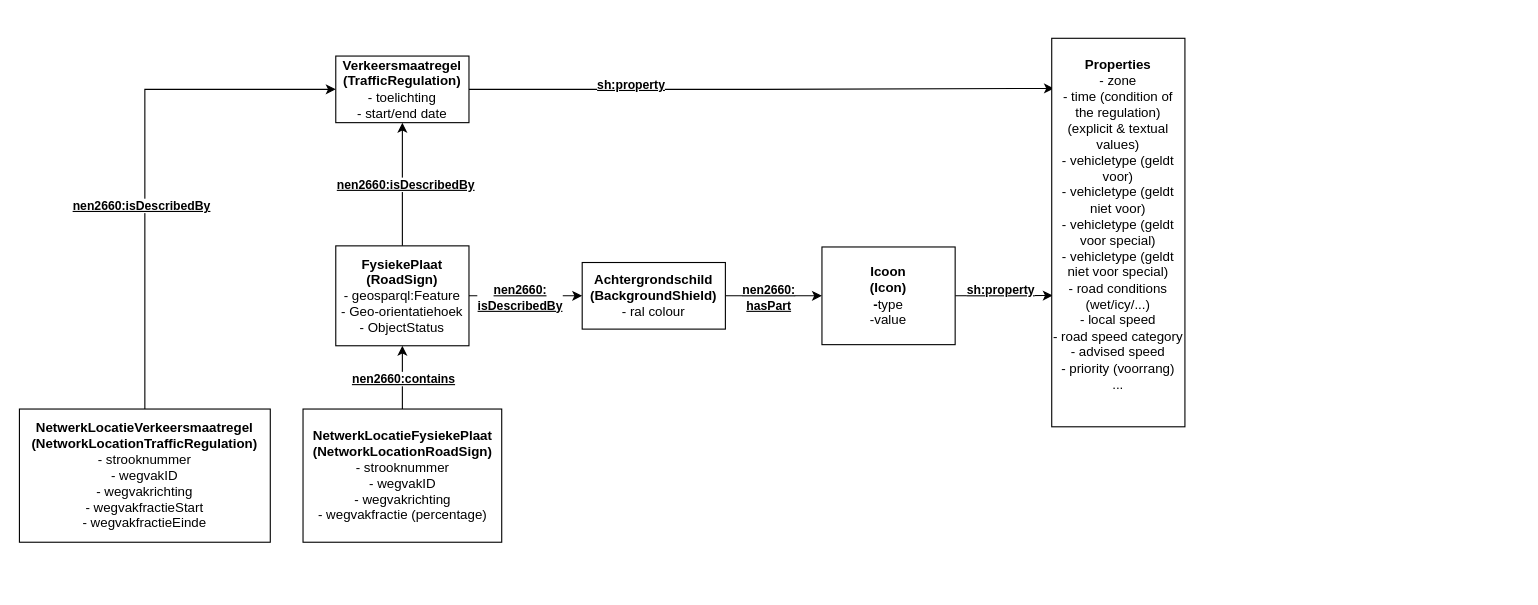
Stichting-CROW/verkeersborden keeps this draw.io diagram as docs/InformationModelVerkeersborden_schema/informatiemodel-verkeersborden.drawio. Above is the earlier version. Source tidied: cells renumbered, new cells numbered last; positions are measured from the earlier drawing's top-left corner, leaving out a move shared by most shapes. Both pictures are drawn from the tidied source at 111%, with x=0, y=0 at pixel (19, 38).
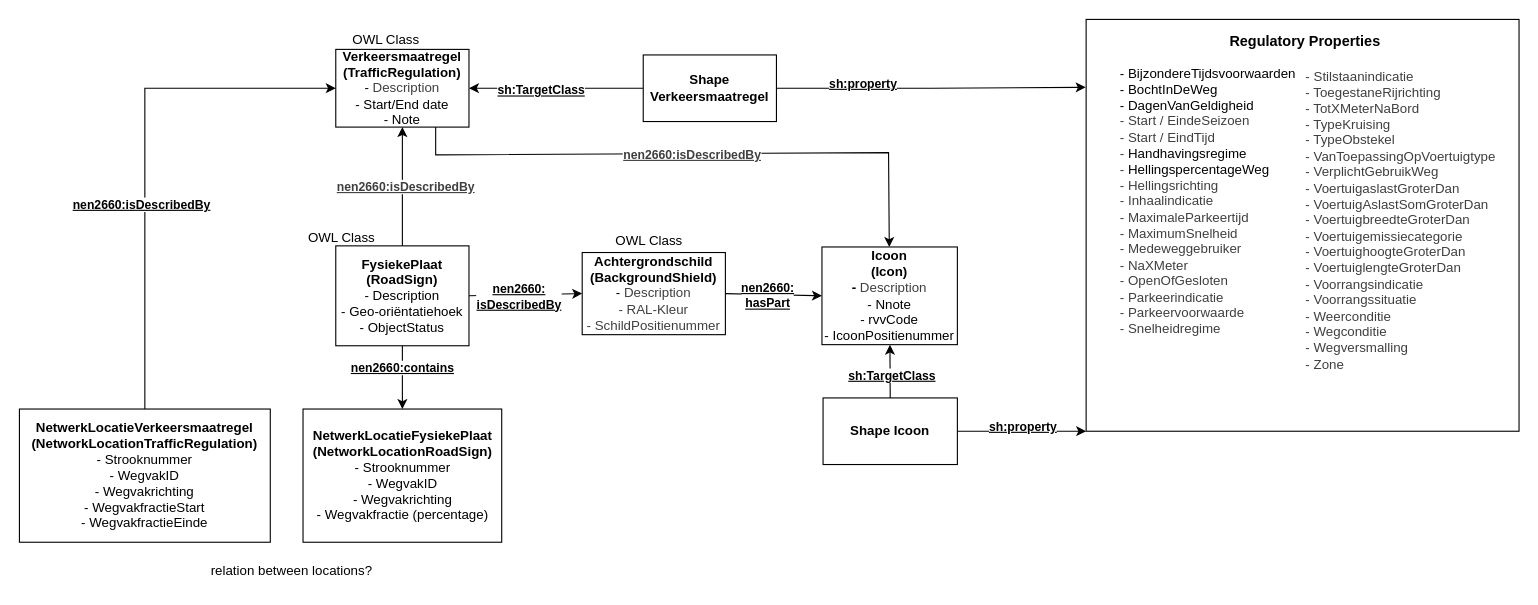
After the change.

Unchanged cells that the change refers to:
```xml
<mxCell id="4" style="rounded=0;jettySize=auto;html=1;exitX=0.5;exitY=0;exitDx=0;exitDy=0;entryX=0.5;entryY=1;entryDx=0;entryDy=0;" parent="1" edge="1" source="9" target="6">
  <mxGeometry relative="1" as="geometry" />
</mxCell>
```

Diff of the diagram source:
```diff
@@
-    <mxCell id="2" style="edgeStyle=orthogonalEdgeStyle;rounded=0;jettySize=auto;html=1;exitX=1;exitY=0.5;exitDx=0;exitDy=0;entryX=0.017;entryY=0.129;entryDx=0;entryDy=0;entryPerimeter=0;" parent="1" edge="1" source="6" target="18">
+    <mxCell id="2" style="edgeStyle=orthogonalEdgeStyle;rounded=0;jettySize=auto;html=1;entryX=-0.001;entryY=0.165;entryDx=0;entryDy=0;entryPerimeter=0;" parent="1" edge="1" source="33" target="18">
       <mxGeometry relative="1" as="geometry" />
     </mxCell>
@@
-    <mxCell id="5" value="&lt;div style=&quot;border-color: var(--border-color);&quot;&gt;&lt;b style=&quot;border-color: var(--border-color);&quot;&gt;&lt;u style=&quot;border-color: var(--border-color);&quot;&gt;nen2660:isDescribedBy&lt;/u&gt;&lt;/b&gt;&lt;/div&gt;" style="edgeLabel;html=1;align=center;verticalAlign=middle;" parent="4" vertex="1">
+    <mxCell id="5" value="&lt;div style=&quot;border-color: var(--border-color);&quot;&gt;&lt;b style=&quot;color: rgb(63, 63, 63); border-color: var(--border-color);&quot;&gt;&lt;u style=&quot;border-color: var(--border-color);&quot;&gt;nen2660:isDescribedBy&lt;/u&gt;&lt;/b&gt;&lt;/div&gt;" style="edgeLabel;html=1;align=center;verticalAlign=middle;" parent="4" vertex="1">
       <mxGeometry x="0.01" y="-2" relative="1" as="geometry" />
     </mxCell>
+    <mxCell id="23" style="edgeStyle=none;html=1;rounded=0;curved=0;exitX=0.75;exitY=1;exitDx=0;exitDy=0;" parent="1" edge="1" source="6" target="19">
+      <mxGeometry relative="1" as="geometry">
+        <Array as="points">
+          <mxPoint x="375" y="105" />
+          <mxPoint x="783" y="103" />
+        </Array>
+      </mxGeometry>
+    </mxCell>
+    <mxCell id="24" value="&lt;b style=&quot;color: rgb(63, 63, 63); border-color: var(--border-color);&quot;&gt;&lt;u style=&quot;border-color: var(--border-color);&quot;&gt;nen2660:isDescribedBy&lt;/u&gt;&lt;/b&gt;" style="edgeLabel;html=1;align=center;verticalAlign=middle;" parent="23" vertex="1">
+      <mxGeometry x="-0.52" y="-2" relative="1" as="geometry">
+        <mxPoint x="131" y="-2" as="offset" />
+      </mxGeometry>
+    </mxCell>
-    <mxCell id="6" value="&lt;div&gt;&lt;b&gt;Verkeersmaatregel&lt;/b&gt;&lt;/div&gt;&lt;div&gt;&lt;b&gt;(&lt;/b&gt;&lt;b&gt;&lt;/b&gt;&lt;b&gt;TrafficRegulation&lt;/b&gt;&lt;b&gt;)&lt;br&gt;&lt;/b&gt;&lt;/div&gt;&lt;div&gt;- toelichting&lt;br&gt;&lt;/div&gt;&lt;div&gt;- start/end date&lt;/div&gt;" style="rounded=0;whiteSpace=wrap;html=1;" parent="1" vertex="1">
-      <mxGeometry x="285" y="16" width="120" height="60" as="geometry" />
+    <mxCell id="6" value="&lt;div&gt;&lt;b&gt;Verkeersmaatregel&lt;/b&gt;&lt;/div&gt;&lt;div&gt;&lt;b&gt;(&lt;/b&gt;&lt;b&gt;&lt;/b&gt;&lt;b&gt;TrafficRegulation&lt;/b&gt;&lt;b&gt;)&lt;br&gt;&lt;/b&gt;&lt;/div&gt;&lt;div&gt;-&amp;nbsp;&lt;span style=&quot;color: rgb(63, 63, 63); background-color: transparent;&quot;&gt;Description&lt;/span&gt;&lt;br&gt;&lt;/div&gt;&lt;div&gt;- Start/End date&lt;/div&gt;&lt;div&gt;- Note&lt;/div&gt;" style="rounded=0;whiteSpace=wrap;html=1;" parent="1" vertex="1">
+      <mxGeometry x="285" y="10" width="120" height="70" as="geometry" />
     </mxCell>
@@
+    <mxCell id="25" style="edgeStyle=none;html=1;exitX=0.5;exitY=1;exitDx=0;exitDy=0;" parent="1" edge="1" source="9" target="13">
+      <mxGeometry relative="1" as="geometry" />
+    </mxCell>
+    <mxCell id="15" value="&lt;b&gt;&lt;u&gt;nen2660:contains&lt;/u&gt;&lt;/b&gt;" style="edgeLabel;html=1;align=center;verticalAlign=middle;" parent="25" vertex="1">
+      <mxGeometry x="-0.33" y="-1" relative="1" as="geometry" />
+    </mxCell>
-    <mxCell id="9" value="&lt;div&gt;&lt;b&gt;FysiekePlaat&lt;/b&gt;&lt;/div&gt;&lt;div&gt;&lt;b&gt;(&lt;/b&gt;&lt;b&gt;&lt;/b&gt;&lt;b&gt;RoadSign&lt;/b&gt;&lt;b&gt;)&lt;/b&gt;&lt;br&gt;&lt;/div&gt;&lt;div&gt;- geosparql:Feature&lt;br&gt;&lt;/div&gt;&lt;div&gt;- Geo-orientatiehoek&lt;/div&gt;&lt;div&gt;- ObjectStatus&lt;/div&gt;" style="rounded=0;whiteSpace=wrap;html=1;" parent="1" vertex="1">
+    <mxCell id="9" value="&lt;div&gt;&lt;b&gt;FysiekePlaat&lt;/b&gt;&lt;/div&gt;&lt;div&gt;&lt;b&gt;(&lt;/b&gt;&lt;b&gt;&lt;/b&gt;&lt;b&gt;RoadSign&lt;/b&gt;&lt;b&gt;)&lt;/b&gt;&lt;br&gt;&lt;/div&gt;&lt;div&gt;&lt;span style=&quot;background-color: transparent;&quot;&gt;- Description&lt;/span&gt;&lt;/div&gt;&lt;div&gt;&lt;span style=&quot;background-color: transparent;&quot;&gt;-&amp;nbsp;&lt;/span&gt;&lt;span style=&quot;background-color: transparent;&quot;&gt;Geo-oriëntatiehoek&lt;/span&gt;&lt;/div&gt;&lt;div&gt;&lt;span style=&quot;background-color: transparent;&quot;&gt;- ObjectStatus&lt;/span&gt;&lt;/div&gt;" style="rounded=0;whiteSpace=wrap;html=1;" parent="1" vertex="1">
       <mxGeometry x="285" y="187" width="120" height="90" as="geometry" />
     </mxCell>
@@
-    <mxCell id="12" value="&lt;div&gt;&lt;b&gt;NetwerkLocatieVerkeersmaatregel&lt;/b&gt;&lt;/div&gt;&lt;div&gt;&lt;b&gt;(&lt;/b&gt;&lt;b&gt;&lt;/b&gt;&lt;b&gt;NetworkLocationTrafficRegulation&lt;/b&gt;&lt;b&gt;)&lt;/b&gt;&lt;/div&gt;&lt;div&gt;- strooknummer&lt;/div&gt;&lt;div&gt;- wegvakID&lt;/div&gt;&lt;div&gt;- wegvakrichting&lt;/div&gt;- wegvakfractieStart&lt;br&gt;- wegvakfractieEinde" style="rounded=0;whiteSpace=wrap;html=1;" parent="1" vertex="1">
+    <mxCell id="12" value="&lt;div&gt;&lt;b&gt;NetwerkLocatieVerkeersmaatregel&lt;/b&gt;&lt;/div&gt;&lt;div&gt;&lt;b&gt;(&lt;/b&gt;&lt;b&gt;&lt;/b&gt;&lt;b&gt;NetworkLocationTrafficRegulation&lt;/b&gt;&lt;b&gt;)&lt;/b&gt;&lt;/div&gt;&lt;div&gt;- Strooknummer&lt;/div&gt;&lt;div&gt;- WegvakID&lt;/div&gt;&lt;div&gt;- Wegvakrichting&lt;/div&gt;- WegvakfractieStart&lt;br&gt;- WegvakfractieEinde" style="rounded=0;whiteSpace=wrap;html=1;" parent="1" vertex="1">
       <mxGeometry y="334" width="226" height="120" as="geometry" />
     </mxCell>
-    <mxCell id="13" value="&lt;div&gt;&lt;b&gt;NetwerkLocatieFysiekePlaat&lt;/b&gt;&lt;/div&gt;&lt;div&gt;&lt;b&gt;(&lt;/b&gt;&lt;b&gt;NetworkLocationRoadSign)&lt;/b&gt;&lt;/div&gt;&lt;div&gt;- strooknummer&lt;/div&gt;&lt;div&gt;- wegvakID&lt;/div&gt;&lt;div&gt;- wegvakrichting&lt;/div&gt;&lt;div&gt;- wegvakfractie (percentage)&lt;br&gt;&lt;/div&gt;" style="rounded=0;whiteSpace=wrap;html=1;" parent="1" vertex="1">
+    <mxCell id="13" value="&lt;div&gt;&lt;b&gt;NetwerkLocatieFysiekePlaat&lt;/b&gt;&lt;/div&gt;&lt;div&gt;&lt;b&gt;(&lt;/b&gt;&lt;b&gt;NetworkLocationRoadSign)&lt;/b&gt;&lt;/div&gt;&lt;div&gt;- Strooknummer&lt;/div&gt;&lt;div&gt;- WegvakID&lt;/div&gt;&lt;div&gt;- Wegvakrichting&lt;/div&gt;&lt;div&gt;- Wegvakfractie (percentage)&lt;br&gt;&lt;/div&gt;" style="rounded=0;whiteSpace=wrap;html=1;" parent="1" vertex="1">
       <mxGeometry x="255.5" y="334" width="179" height="120" as="geometry" />
     </mxCell>
-    <mxCell id="14" style="rounded=0;jettySize=auto;html=1;exitX=0.5;exitY=0;exitDx=0;exitDy=0;" parent="1" edge="1" source="13" target="9">
-      <mxGeometry relative="1" as="geometry" />
-    </mxCell>
-    <mxCell id="15" value="&lt;b&gt;&lt;u&gt;nen2660:contains&lt;/u&gt;&lt;/b&gt;" style="edgeLabel;html=1;align=center;verticalAlign=middle;" parent="14" vertex="1">
-      <mxGeometry x="0.2" y="1" relative="1" as="geometry">
-        <mxPoint x="1" y="6" as="offset" />
-      </mxGeometry>
-    </mxCell>
-    <mxCell id="16" style="rounded=0;jettySize=auto;html=1;exitX=1;exitY=0.5;exitDx=0;exitDy=0;entryX=0.008;entryY=0.662;entryDx=0;entryDy=0;entryPerimeter=0;" parent="1" edge="1" source="19" target="18">
+    <mxCell id="16" style="rounded=0;jettySize=auto;html=1;exitX=1;exitY=0.5;exitDx=0;exitDy=0;entryX=0;entryY=1;entryDx=0;entryDy=0;" parent="1" edge="1" source="36" target="18">
       <mxGeometry relative="1" as="geometry" />
     </mxCell>
@@
-    <mxCell id="18" value="&lt;div&gt;&lt;b&gt;Properties&lt;/b&gt;&lt;/div&gt;&lt;div&gt;- zone&lt;/div&gt;&lt;div&gt;- time (condition of the regulation) (explicit &amp;amp; textual values)&lt;/div&gt;&lt;div&gt;- vehicletype (geldt voor)&lt;/div&gt;&lt;div&gt;- vehicletype (geldt niet voor)&lt;/div&gt;&lt;div&gt;- vehicletype (geldt voor special)&lt;/div&gt;&lt;div&gt;- vehicletype (geldt niet voor special)&lt;/div&gt;&lt;div&gt;- road conditions (wet/icy/...)&lt;/div&gt;&lt;div&gt;- local speed&lt;/div&gt;&lt;div&gt;- road speed category &lt;br&gt;&lt;/div&gt;&lt;div&gt;- advised speed&lt;/div&gt;&lt;div&gt;- priority (voorrang)&lt;br&gt;&lt;/div&gt;&lt;div&gt;...&lt;/div&gt;&lt;div&gt;&lt;br&gt;&lt;/div&gt;" style="rounded=0;whiteSpace=wrap;html=1;" parent="1" vertex="1">
-      <mxGeometry x="930" width="120" height="350" as="geometry" />
+    <mxCell id="18" value="&lt;div&gt;&lt;br&gt;&lt;/div&gt;&lt;div&gt;&lt;span style=&quot;color: rgb(63, 63, 63);&quot;&gt;&lt;/span&gt;&lt;/div&gt;" style="rounded=0;whiteSpace=wrap;html=1;" parent="1" vertex="1">
+      <mxGeometry x="961" y="-17" width="390" height="371" as="geometry" />
     </mxCell>
-    <mxCell id="19" value="&lt;div&gt;&lt;b&gt;Icoon&lt;/b&gt;&lt;/div&gt;&lt;div&gt;&lt;b&gt;(Icon)&lt;br&gt;&lt;/b&gt;&lt;/div&gt;&lt;div&gt;&lt;b&gt;-&lt;/b&gt;type&lt;/div&gt;&lt;div&gt;-value&lt;/div&gt;" style="rounded=0;whiteSpace=wrap;html=1;" parent="1" vertex="1">
-      <mxGeometry x="723" y="188" width="120" height="88" as="geometry" />
+    <mxCell id="19" value="&lt;div&gt;&lt;b&gt;Icoon&lt;/b&gt;&lt;/div&gt;&lt;div&gt;&lt;b&gt;(Icon)&lt;br&gt;&lt;/b&gt;&lt;/div&gt;&lt;div&gt;&lt;b&gt;-&amp;nbsp;&lt;/b&gt;&lt;span style=&quot;color: rgb(63, 63, 63); background-color: transparent;&quot;&gt;Description&lt;/span&gt;&lt;/div&gt;&lt;div&gt;- Nnote&lt;/div&gt;&lt;div&gt;- rvvCode&lt;/div&gt;&lt;div&gt;- IcoonPositienummer&lt;/div&gt;" style="rounded=0;whiteSpace=wrap;html=1;" parent="1" vertex="1">
+      <mxGeometry x="723" y="188" width="122" height="88" as="geometry" />
     </mxCell>
@@
-    <mxCell id="22" value="&lt;div&gt;&lt;b&gt;Achtergrondschild&lt;/b&gt;&lt;/div&gt;&lt;div&gt;&lt;b&gt;(&lt;/b&gt;&lt;b&gt;&lt;/b&gt;&lt;b&gt;BackgroundShield&lt;/b&gt;&lt;b&gt;)&lt;br&gt;&lt;/b&gt;&lt;/div&gt;&lt;div&gt;&lt;span style=&quot;background-color: initial;&quot;&gt;- ral colour&lt;/span&gt;&lt;br&gt;&lt;/div&gt;" style="rounded=0;whiteSpace=wrap;html=1;" parent="1" vertex="1">
-      <mxGeometry x="507" y="202" width="129" height="60" as="geometry" />
+    <mxCell id="22" value="&lt;div&gt;&lt;b&gt;Achtergrondschild&lt;/b&gt;&lt;/div&gt;&lt;div&gt;&lt;b&gt;(&lt;/b&gt;&lt;b&gt;&lt;/b&gt;&lt;b&gt;BackgroundShield&lt;/b&gt;&lt;b&gt;)&lt;br&gt;&lt;/b&gt;&lt;/div&gt;&lt;div&gt;&lt;span style=&quot;background-color: initial;&quot;&gt;-&amp;nbsp;&lt;/span&gt;&lt;span style=&quot;color: rgb(63, 63, 63); background-color: transparent;&quot;&gt;Description&lt;/span&gt;&lt;/div&gt;&lt;div&gt;&lt;span style=&quot;color: rgb(63, 63, 63); background-color: transparent;&quot;&gt;- RAL-Kleur&lt;/span&gt;&lt;/div&gt;&lt;div&gt;&lt;span style=&quot;color: rgb(63, 63, 63); background-color: transparent;&quot;&gt;- SchildPositienummer&lt;/span&gt;&lt;/div&gt;" style="rounded=0;whiteSpace=wrap;html=1;" parent="1" vertex="1">
+      <mxGeometry x="507" y="193" width="129" height="74" as="geometry" />
     </mxCell>
+    <mxCell id="26" value="&lt;div&gt;&lt;br&gt;&lt;/div&gt;&lt;div style=&quot;text-align: left;&quot;&gt;- BijzondereTijdsvoorwaarden&lt;/div&gt;&lt;div style=&quot;text-align: left;&quot;&gt;- BochtInDeWeg&lt;/div&gt;&lt;div style=&quot;text-align: left;&quot;&gt;- DagenVanGeldigheid&lt;/div&gt;&lt;span style=&quot;color: rgb(63, 63, 63);&quot;&gt;&lt;div style=&quot;text-align: left;&quot;&gt;&lt;span style=&quot;background-color: transparent;&quot;&gt;- Start / EindeSeizoen&lt;/span&gt;&lt;/div&gt;&lt;/span&gt;&lt;div&gt;&lt;div style=&quot;text-align: left;&quot;&gt;&lt;span style=&quot;background-color: transparent; color: rgb(63, 63, 63);&quot;&gt;- Start / EindTijd&lt;/span&gt;&lt;/div&gt;&lt;div style=&quot;text-align: left;&quot;&gt;&lt;span style=&quot;background-color: transparent; color: rgb(63, 63, 63);&quot;&gt;-&amp;nbsp;&lt;/span&gt;&lt;span style=&quot;background-color: transparent;&quot;&gt;Handhavingsregime&lt;/span&gt;&lt;/div&gt;&lt;div style=&quot;text-align: left;&quot;&gt;&lt;span style=&quot;background-color: transparent; color: rgb(63, 63, 63);&quot;&gt;-&amp;nbsp;&lt;/span&gt;&lt;span style=&quot;background-color: transparent;&quot;&gt;HellingspercentageWeg&lt;/span&gt;&lt;/div&gt;&lt;div style=&quot;text-align: left;&quot;&gt;&lt;span style=&quot;background-color: transparent; color: rgb(63, 63, 63);&quot;&gt;-&amp;nbsp;Hellingsrichting&lt;/span&gt;&lt;/div&gt;&lt;div&gt;&lt;/div&gt;&lt;span style=&quot;color: rgb(63, 63, 63);&quot;&gt;&lt;div style=&quot;text-align: left;&quot;&gt;&lt;span style=&quot;background-color: transparent;&quot;&gt;- Inhaalindicatie&lt;/span&gt;&lt;/div&gt;&lt;/span&gt;&lt;/div&gt;&lt;div&gt;&lt;span style=&quot;color: rgb(63, 63, 63);&quot;&gt;&lt;/span&gt;&lt;/div&gt;&lt;span style=&quot;color: rgb(63, 63, 63);&quot;&gt;&lt;div style=&quot;text-align: left;&quot;&gt;&lt;span style=&quot;background-color: transparent;&quot;&gt;- MaximaleParkeertijd&lt;/span&gt;&lt;/div&gt;&lt;/span&gt;&lt;div style=&quot;text-align: left;&quot;&gt;&lt;span style=&quot;color: rgb(63, 63, 63);&quot;&gt;- MaximumSnelheid&lt;/span&gt;&lt;/div&gt;&lt;div&gt;&lt;span style=&quot;color: rgb(63, 63, 63);&quot;&gt;&lt;/span&gt;&lt;/div&gt;&lt;span style=&quot;color: rgb(63, 63, 63);&quot;&gt;&lt;div style=&quot;text-align: left;&quot;&gt;&lt;span style=&quot;background-color: transparent;&quot;&gt;- Medeweggebruiker&lt;/span&gt;&lt;/div&gt;&lt;/span&gt;&lt;div style=&quot;text-align: left;&quot;&gt;&lt;span style=&quot;color: rgb(63, 63, 63);&quot;&gt;- NaXMeter&lt;/span&gt;&lt;span style=&quot;color: rgb(63, 63, 63);&quot;&gt;&lt;/span&gt;&lt;/div&gt;&lt;div&gt;&lt;span style=&quot;color: rgb(63, 63, 63);&quot;&gt;&lt;/span&gt;&lt;/div&gt;&lt;span style=&quot;color: rgb(63, 63, 63);&quot;&gt;&lt;div style=&quot;text-align: left;&quot;&gt;&lt;span style=&quot;background-color: transparent;&quot;&gt;- OpenOfGesloten&lt;/span&gt;&lt;/div&gt;&lt;/span&gt;&lt;div&gt;&lt;span style=&quot;color: rgb(63, 63, 63);&quot;&gt;&lt;/span&gt;&lt;/div&gt;&lt;span style=&quot;color: rgb(63, 63, 63);&quot;&gt;&lt;div style=&quot;text-align: left;&quot;&gt;&lt;span style=&quot;background-color: transparent;&quot;&gt;- Parkeerindicatie&lt;/span&gt;&lt;/div&gt;&lt;/span&gt;&lt;div style=&quot;text-align: left;&quot;&gt;&lt;span style=&quot;color: rgb(63, 63, 63);&quot;&gt;- Parkeervoorwaarde&lt;/span&gt;&lt;/div&gt;&lt;div&gt;&lt;span style=&quot;color: rgb(63, 63, 63);&quot;&gt;&lt;div style=&quot;color: rgb(63, 63, 63);&quot;&gt;&lt;span style=&quot;color: rgb(63, 63, 63);&quot;&gt;&lt;/span&gt;&lt;/div&gt;&lt;span style=&quot;color: rgb(63, 63, 63);&quot;&gt;&lt;div style=&quot;text-align: left;&quot;&gt;&lt;span style=&quot;background-color: transparent;&quot;&gt;- Snelheidregime&lt;/span&gt;&lt;/div&gt;&lt;/span&gt;&lt;/span&gt;&lt;/div&gt;&lt;div&gt;&lt;span style=&quot;color: rgb(63, 63, 63);&quot;&gt;&lt;span style=&quot;color: rgb(63, 63, 63);&quot;&gt;&lt;br&gt;&lt;/span&gt;&lt;/span&gt;&lt;/div&gt;" style="text;html=1;align=center;verticalAlign=middle;whiteSpace=wrap;rounded=0;" parent="1" vertex="1">
+      <mxGeometry x="982" y="17" width="178" height="260" as="geometry" />
+    </mxCell>
+    <mxCell id="27" value="&lt;div style=&quot;color: rgb(63, 63, 63);&quot;&gt;&lt;span style=&quot;color: rgb(63, 63, 63);&quot;&gt;-&amp;nbsp;Stilstaanindicatie&amp;nbsp;&lt;/span&gt;&lt;span style=&quot;color: rgb(63, 63, 63);&quot;&gt;&lt;/span&gt;&lt;/div&gt;&lt;div style=&quot;color: rgb(63, 63, 63);&quot;&gt;&lt;span style=&quot;color: rgb(63, 63, 63);&quot;&gt;&lt;/span&gt;&lt;/div&gt;&lt;div style=&quot;color: rgb(63, 63, 63);&quot;&gt;&lt;span style=&quot;color: rgb(63, 63, 63);&quot;&gt;- ToegestaneRijrichting&lt;/span&gt;&lt;/div&gt;&lt;div style=&quot;color: rgb(63, 63, 63);&quot;&gt;&lt;span style=&quot;color: rgb(63, 63, 63);&quot;&gt;&lt;/span&gt;&lt;/div&gt;&lt;span style=&quot;color: rgb(63, 63, 63);&quot;&gt;- TotXMeterNaBord&lt;/span&gt;&lt;div style=&quot;color: rgb(63, 63, 63);&quot;&gt;&lt;span style=&quot;color: rgb(63, 63, 63);&quot;&gt;- TypeKruising&lt;/span&gt;&lt;/div&gt;&lt;div style=&quot;color: rgb(63, 63, 63);&quot;&gt;&lt;span style=&quot;color: rgb(63, 63, 63);&quot;&gt;&lt;/span&gt;&lt;/div&gt;&lt;span style=&quot;color: rgb(63, 63, 63);&quot;&gt;- TypeObstekel&lt;/span&gt;&lt;div style=&quot;color: rgb(63, 63, 63);&quot;&gt;&lt;span style=&quot;color: rgb(63, 63, 63);&quot;&gt;- VanToepassingOpVoertuigtype&lt;/span&gt;&lt;span style=&quot;color: rgb(63, 63, 63);&quot;&gt;&lt;/span&gt;&lt;/div&gt;&lt;div style=&quot;color: rgb(63, 63, 63);&quot;&gt;&lt;span style=&quot;color: rgb(63, 63, 63);&quot;&gt;&lt;/span&gt;&lt;/div&gt;&lt;span style=&quot;color: rgb(63, 63, 63);&quot;&gt;- VerplichtGebruikWeg&lt;/span&gt;&lt;div style=&quot;color: rgb(63, 63, 63);&quot;&gt;&lt;span style=&quot;color: rgb(63, 63, 63);&quot;&gt;- VoertuigaslastGroterDan&lt;/span&gt;&lt;/div&gt;&lt;div style=&quot;color: rgb(63, 63, 63);&quot;&gt;&lt;span style=&quot;color: rgb(63, 63, 63);&quot;&gt;&lt;/span&gt;&lt;/div&gt;&lt;span style=&quot;color: rgb(63, 63, 63);&quot;&gt;-&amp;nbsp;&lt;/span&gt;&lt;span style=&quot;color: rgb(63, 63, 63);&quot;&gt;VoertuigAslastSomGroterDan&lt;/span&gt;&lt;div style=&quot;color: rgb(63, 63, 63);&quot;&gt;&lt;span style=&quot;color: rgb(63, 63, 63);&quot;&gt;-&amp;nbsp;&lt;/span&gt;&lt;span style=&quot;color: rgb(63, 63, 63);&quot;&gt;&lt;/span&gt;&lt;span style=&quot;background-color: transparent; color: rgb(63, 63, 63);&quot;&gt;VoertuigbreedteGroterDan&lt;/span&gt;&lt;/div&gt;&lt;div style=&quot;color: rgb(63, 63, 63);&quot;&gt;&lt;span style=&quot;color: rgb(63, 63, 63);&quot;&gt;&lt;/span&gt;&lt;/div&gt;&lt;span style=&quot;color: rgb(63, 63, 63);&quot;&gt;-&amp;nbsp;&lt;/span&gt;&lt;span style=&quot;color: rgb(63, 63, 63);&quot;&gt;Voertuigemissiecategorie&lt;/span&gt;&lt;div style=&quot;color: rgb(63, 63, 63);&quot;&gt;&lt;span style=&quot;color: rgb(63, 63, 63);&quot;&gt;-&amp;nbsp;&lt;/span&gt;&lt;span style=&quot;color: rgb(63, 63, 63);&quot;&gt;&lt;/span&gt;&lt;span style=&quot;background-color: transparent; color: rgb(63, 63, 63);&quot;&gt;VoertuighoogteGroterDan&lt;/span&gt;&lt;/div&gt;&lt;div style=&quot;color: rgb(63, 63, 63);&quot;&gt;&lt;span style=&quot;color: rgb(63, 63, 63);&quot;&gt;&lt;/span&gt;&lt;/div&gt;&lt;span style=&quot;color: rgb(63, 63, 63);&quot;&gt;-&amp;nbsp;&lt;/span&gt;&lt;span style=&quot;color: rgb(63, 63, 63);&quot;&gt;VoertuiglengteGroterDan&lt;/span&gt;&lt;div style=&quot;color: rgb(63, 63, 63);&quot;&gt;&lt;span style=&quot;color: rgb(63, 63, 63);&quot;&gt;- Voorrangsindicatie&lt;/span&gt;&lt;span style=&quot;color: rgb(63, 63, 63);&quot;&gt;&lt;/span&gt;&lt;/div&gt;&lt;div style=&quot;color: rgb(63, 63, 63);&quot;&gt;&lt;span style=&quot;color: rgb(63, 63, 63);&quot;&gt;&lt;/span&gt;&lt;/div&gt;&lt;span style=&quot;color: rgb(63, 63, 63);&quot;&gt;- Voorrangssituatie&lt;/span&gt;&lt;div style=&quot;color: rgb(63, 63, 63);&quot;&gt;&lt;span style=&quot;color: rgb(63, 63, 63);&quot;&gt;- Weerconditie&lt;/span&gt;&lt;/div&gt;&lt;div style=&quot;color: rgb(63, 63, 63);&quot;&gt;&lt;span style=&quot;color: rgb(63, 63, 63);&quot;&gt;- Wegconditie&lt;/span&gt;&lt;/div&gt;&lt;div style=&quot;color: rgb(63, 63, 63);&quot;&gt;&lt;span style=&quot;background-color: transparent;&quot;&gt;- Wegversmalling&lt;/span&gt;&lt;/div&gt;&lt;div style=&quot;color: rgb(63, 63, 63);&quot;&gt;&lt;span style=&quot;color: rgb(63, 63, 63);&quot;&gt;- Zone&lt;/span&gt;&lt;/div&gt;" style="text;html=1;align=left;verticalAlign=middle;whiteSpace=wrap;rounded=0;" parent="1" vertex="1">
+      <mxGeometry x="1157" y="17" width="188" height="293" as="geometry" />
+    </mxCell>
+    <mxCell id="28" value="&lt;b&gt;&lt;font style=&quot;font-size: 13px;&quot;&gt;Regulatory Properties&lt;/font&gt;&lt;/b&gt;" style="text;html=1;align=center;verticalAlign=middle;whiteSpace=wrap;rounded=0;" parent="1" vertex="1">
+      <mxGeometry x="1060.5" y="-13" width="195" height="30" as="geometry" />
+    </mxCell>
+    <mxCell id="29" value="relation between locations?" style="text;html=1;align=center;verticalAlign=middle;strokeColor=none;fillColor=none;" parent="1" vertex="1">
+      <mxGeometry x="163" y="467" width="163" height="26" as="geometry" />
+    </mxCell>
+    <mxCell id="30" style="edgeStyle=none;html=1;" parent="1" edge="1" source="33" target="6">
+      <mxGeometry relative="1" as="geometry" />
+    </mxCell>
+    <mxCell id="31" style="edgeLabel;html=1;align=center;verticalAlign=middle;" parent="30" vertex="1">
+      <mxGeometry x="0.02" y="-3" relative="1" as="geometry" />
+    </mxCell>
+    <mxCell id="32" value="&lt;u&gt;&lt;b&gt;sh:TargetClass&lt;/b&gt;&lt;/u&gt;" style="edgeLabel;html=1;align=center;verticalAlign=middle;" parent="30" vertex="1">
+      <mxGeometry x="0.19" y="1" relative="1" as="geometry" />
+    </mxCell>
+    <mxCell id="33" value="&lt;b&gt;Shape Verkeersmaatregel&lt;/b&gt;" style="rounded=0;whiteSpace=wrap;html=1;" parent="1" vertex="1">
+      <mxGeometry x="562" y="15" width="120" height="60" as="geometry" />
+    </mxCell>
+    <mxCell id="34" style="edgeStyle=none;html=1;exitX=0.5;exitY=0;exitDx=0;exitDy=0;" parent="1" edge="1" source="36" target="19">
+      <mxGeometry relative="1" as="geometry" />
+    </mxCell>
+    <mxCell id="35" value="&lt;u&gt;&lt;b&gt;sh:TargetClass&lt;/b&gt;&lt;/u&gt;" style="edgeLabel;html=1;align=center;verticalAlign=middle;" parent="34" vertex="1">
+      <mxGeometry x="-0.17" y="-1" relative="1" as="geometry" />
+    </mxCell>
+    <mxCell id="36" value="&lt;b&gt;Shape Icoon&lt;/b&gt;" style="rounded=0;whiteSpace=wrap;html=1;" parent="1" vertex="1">
+      <mxGeometry x="724" y="324" width="121" height="60" as="geometry" />
+    </mxCell>
+    <mxCell id="37" value="OWL Class" style="text;html=1;align=center;verticalAlign=middle;strokeColor=none;fillColor=none;" parent="1" vertex="1">
+      <mxGeometry x="291" y="-11" width="78" height="26" as="geometry" />
+    </mxCell>
+    <mxCell id="38" value="OWL Class" style="text;html=1;align=center;verticalAlign=middle;strokeColor=none;fillColor=none;" parent="1" vertex="1">
+      <mxGeometry x="528" y="170" width="78" height="26" as="geometry" />
+    </mxCell>
+    <mxCell id="39" value="OWL Class" style="text;html=1;align=center;verticalAlign=middle;strokeColor=none;fillColor=none;" parent="1" vertex="1">
+      <mxGeometry x="251" y="167" width="78" height="26" as="geometry" />
+    </mxCell>
```
